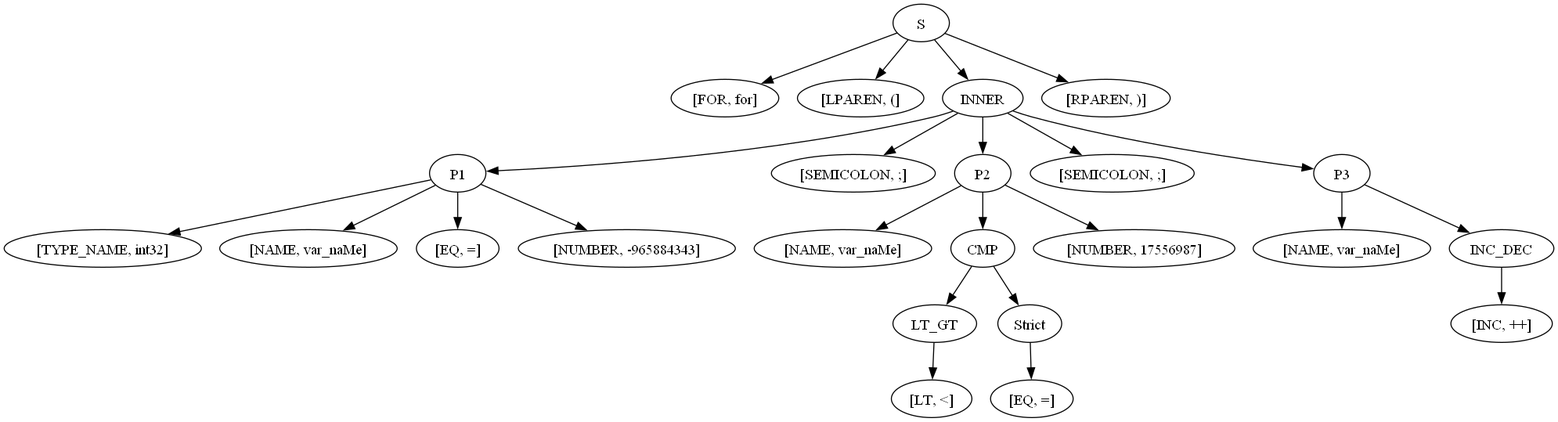
Above: DescendingForParser/src/main/scala/out/graph.dot.png in BrainCallus/Translation-Methods (Graphviz), before the change. Its source is kept beside it as DescendingForParser/src/main/scala/out/graph.dot.
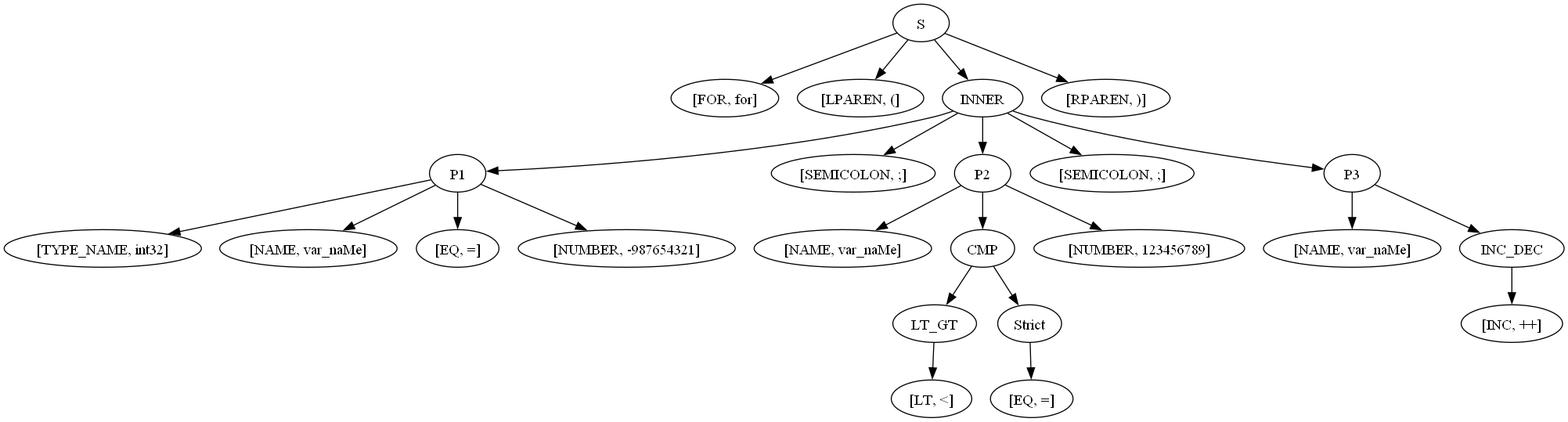
The same diagram one commit later.

Diff of the diagram source:
```diff
@@ -14,7 +14,7 @@
 4 -> 6
 7 [label = "[EQ, =]"]
 4 -> 7
-8 [label = "[NUMBER, -965884343]"]
+8 [label = "[NUMBER, -987654321]"]
 4 -> 8
 9 [label = "[SEMICOLON, ;]"]
 3 -> 9
@@ -32,7 +32,7 @@
 12 -> 15
 16 [label = "[EQ, =]"]
 15 -> 16
-17 [label = "[NUMBER, 17556987]"]
+17 [label = "[NUMBER, 123456789]"]
 10 -> 17
 18 [label = "[SEMICOLON, ;]"]
 3 -> 18
```
